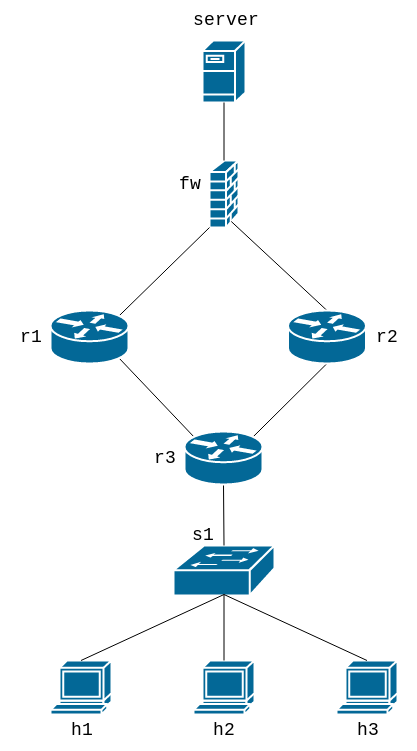
netarch/neo keeps this draw.io diagram as examples/00-reverse-path-filtering/network.png. Above is the earlier version. Source tidied: cells renumbered, new cells last; positions are measured from the earlier drawing's top-left corner, leaving out a move shared by most shapes.
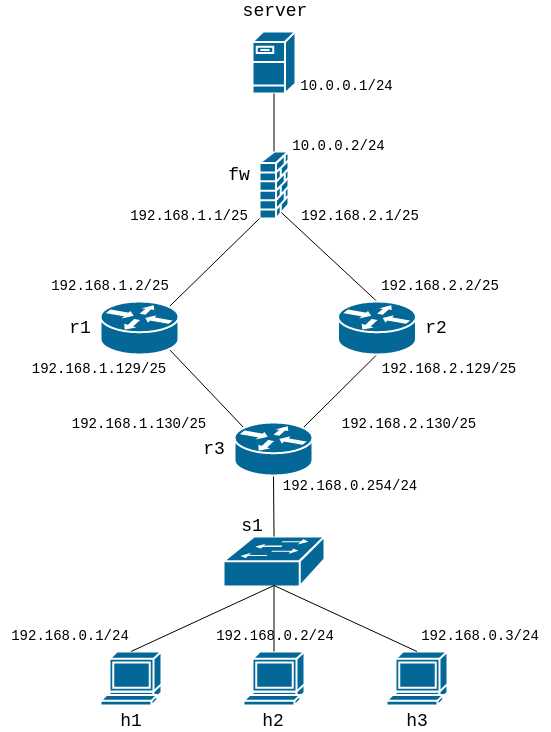
The same file after the commit.

The edit, as a diff of the source:
```diff
@@ -92,5 +92,47 @@
     <mxCell id="31" value="&lt;font style=&quot;font-size: 18px&quot; face=&quot;Courier New&quot;&gt;r3&lt;/font&gt;" style="text;html=1;strokeColor=none;fillColor=none;align=center;verticalAlign=middle;whiteSpace=wrap;rounded=0;" parent="29" vertex="1">
       <mxGeometry y="16.5" width="40" height="20" as="geometry" />
     </mxCell>
+    <mxCell id="32" value="&lt;font style=&quot;font-size: 14px&quot; face=&quot;Courier New&quot;&gt;192.168.0.1/24&lt;/font&gt;" style="text;html=1;strokeColor=none;fillColor=none;align=center;verticalAlign=middle;whiteSpace=wrap;rounded=0;" parent="1" vertex="1">
+      <mxGeometry x="-60" y="620" width="140" height="30" as="geometry" />
+    </mxCell>
+    <mxCell id="33" value="&lt;font style=&quot;font-size: 14px&quot; face=&quot;Courier New&quot;&gt;192.168.0.3/24&lt;/font&gt;" style="text;html=1;strokeColor=none;fillColor=none;align=center;verticalAlign=middle;whiteSpace=wrap;rounded=0;" parent="1" vertex="1">
+      <mxGeometry x="350" y="620" width="140" height="30" as="geometry" />
+    </mxCell>
+    <mxCell id="34" value="&lt;font style=&quot;font-size: 14px&quot; face=&quot;Courier New&quot;&gt;192.168.0.2/24&lt;/font&gt;" style="text;html=1;strokeColor=none;fillColor=none;align=center;verticalAlign=middle;whiteSpace=wrap;rounded=0;" parent="1" vertex="1">
+      <mxGeometry x="145" y="620" width="140" height="30" as="geometry" />
+    </mxCell>
+    <mxCell id="35" value="&lt;font style=&quot;font-size: 14px&quot; face=&quot;Courier New&quot;&gt;192.168.0.254/24&lt;/font&gt;" style="text;html=1;strokeColor=none;fillColor=none;align=center;verticalAlign=middle;whiteSpace=wrap;rounded=0;" parent="1" vertex="1">
+      <mxGeometry x="210" y="470" width="160" height="30" as="geometry" />
+    </mxCell>
+    <mxCell id="36" value="&lt;font style=&quot;font-size: 14px&quot; face=&quot;Courier New&quot;&gt;10.0.0.1/24&lt;/font&gt;" style="text;html=1;strokeColor=none;fillColor=none;align=center;verticalAlign=middle;whiteSpace=wrap;rounded=0;" parent="1" vertex="1">
+      <mxGeometry x="228" y="70" width="117" height="30" as="geometry" />
+    </mxCell>
+    <mxCell id="37" value="&lt;font style=&quot;font-size: 14px&quot; face=&quot;Courier New&quot;&gt;10.0.0.2/24&lt;/font&gt;" style="text;html=1;strokeColor=none;fillColor=none;align=center;verticalAlign=middle;whiteSpace=wrap;rounded=0;" parent="1" vertex="1">
+      <mxGeometry x="219.5" y="130" width="117" height="30" as="geometry" />
+    </mxCell>
+    <mxCell id="38" value="&lt;font style=&quot;font-size: 14px&quot; face=&quot;Courier New&quot;&gt;192.168.1.1/25&lt;/font&gt;" style="text;html=1;strokeColor=none;fillColor=none;align=center;verticalAlign=middle;whiteSpace=wrap;rounded=0;" parent="1" vertex="1">
+      <mxGeometry x="59" y="200" width="140" height="30" as="geometry" />
+    </mxCell>
+    <mxCell id="39" value="&lt;font style=&quot;font-size: 14px&quot; face=&quot;Courier New&quot;&gt;192.168.2.1/25&lt;/font&gt;" style="text;html=1;strokeColor=none;fillColor=none;align=center;verticalAlign=middle;whiteSpace=wrap;rounded=0;" parent="1" vertex="1">
+      <mxGeometry x="230" y="200" width="140" height="30" as="geometry" />
+    </mxCell>
+    <mxCell id="40" value="&lt;font style=&quot;font-size: 14px&quot; face=&quot;Courier New&quot;&gt;192.168.1.2/25&lt;/font&gt;" style="text;html=1;strokeColor=none;fillColor=none;align=center;verticalAlign=middle;whiteSpace=wrap;rounded=0;" parent="1" vertex="1">
+      <mxGeometry x="-20" y="270" width="140" height="30" as="geometry" />
+    </mxCell>
+    <mxCell id="41" value="&lt;font style=&quot;font-size: 14px&quot; face=&quot;Courier New&quot;&gt;192.168.2.2/25&lt;/font&gt;" style="text;html=1;strokeColor=none;fillColor=none;align=center;verticalAlign=middle;whiteSpace=wrap;rounded=0;" parent="1" vertex="1">
+      <mxGeometry x="310" y="270" width="140" height="30" as="geometry" />
+    </mxCell>
+    <mxCell id="42" value="&lt;font style=&quot;font-size: 14px&quot; face=&quot;Courier New&quot;&gt;192.168.1.129/25&lt;/font&gt;" style="text;html=1;strokeColor=none;fillColor=none;align=center;verticalAlign=middle;whiteSpace=wrap;rounded=0;" parent="1" vertex="1">
+      <mxGeometry x="-40" y="353" width="158" height="30" as="geometry" />
+    </mxCell>
+    <mxCell id="43" value="&lt;font style=&quot;font-size: 14px&quot; face=&quot;Courier New&quot;&gt;192.168.2.129/25&lt;/font&gt;" style="text;html=1;strokeColor=none;fillColor=none;align=center;verticalAlign=middle;whiteSpace=wrap;rounded=0;" parent="1" vertex="1">
+      <mxGeometry x="310" y="353" width="158" height="30" as="geometry" />
+    </mxCell>
+    <mxCell id="44" value="&lt;font style=&quot;font-size: 14px&quot; face=&quot;Courier New&quot;&gt;192.168.1.130/25&lt;/font&gt;" style="text;html=1;strokeColor=none;fillColor=none;align=center;verticalAlign=middle;whiteSpace=wrap;rounded=0;" parent="1" vertex="1">
+      <mxGeometry y="407.5" width="158" height="30" as="geometry" />
+    </mxCell>
+    <mxCell id="45" value="&lt;div&gt;&lt;font style=&quot;font-size: 14px&quot; face=&quot;Courier New&quot;&gt;192.168.2.130/25&lt;/font&gt;&lt;/div&gt;" style="text;html=1;strokeColor=none;fillColor=none;align=center;verticalAlign=middle;whiteSpace=wrap;rounded=0;" parent="1" vertex="1">
+      <mxGeometry x="270" y="407.5" width="158" height="30" as="geometry" />
+    </mxCell>
   </root>
 </mxGraphModel>
```
